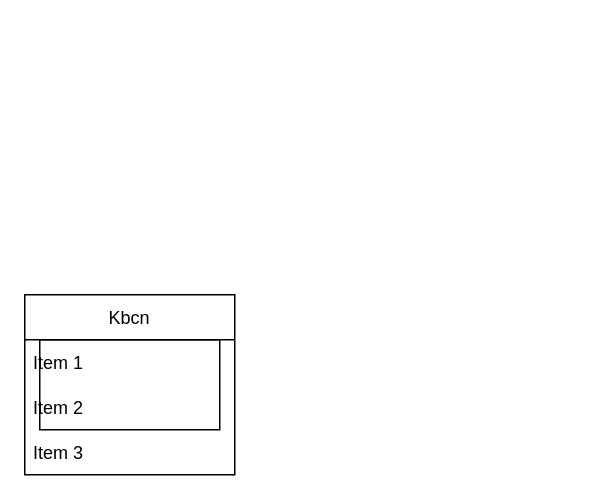
Before: Sourcing_procedure.drawio in ogancheban/aribadata, a draw.io diagram. Source tidied: cells renumbered, new cells numbered last; positions are measured from the earlier drawing's top-left corner, leaving out a move shared by most shapes. Both pictures are drawn from the tidied source at 150%, with x=0, y=0 at pixel (24, 294).
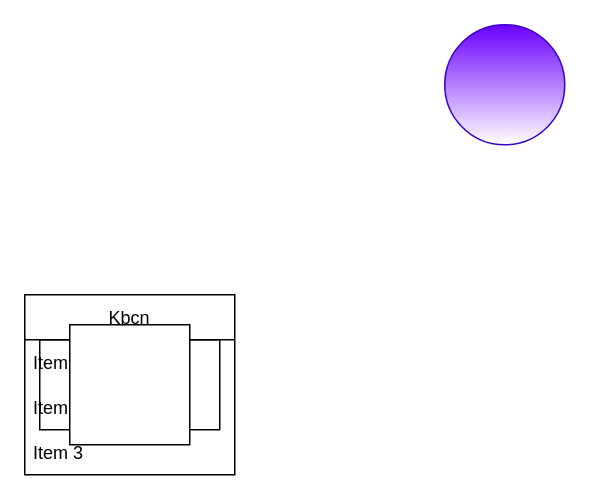
The same diagram, later.

The edit, as a diff of the source:
```diff
@@
 <mxGraphModel>
   <root>
     <mxCell id="0" />
     <mxCell id="1" parent="0" />
     <mxCell id="2" style="rounded=0;whiteSpace=wrap;html=1;" parent="1" vertex="1">
       <mxGeometry x="10" y="30" width="120" height="60" as="geometry" />
     </mxCell>
     <mxCell id="3" value="Kbcn" style="swimlane;fontStyle=0;horizontal=1;startSize=30;" parent="1" vertex="1">
       <mxGeometry width="140" height="120" as="geometry" />
     </mxCell>
     <mxCell id="4" value="Item 1" style="text;strokeColor=none;fillColor=none;align=left;verticalAlign=middle;spacingLeft=4;spacingRight=4;overflow=hidden;" parent="3" vertex="1">
       <mxGeometry y="30" width="140" height="30" as="geometry" />
     </mxCell>
     <mxCell id="5" value="Item 2" style="text;strokeColor=none;fillColor=none;align=left;verticalAlign=middle;spacingLeft=4;spacingRight=4;overflow=hidden;" parent="3" vertex="1">
       <mxGeometry y="60" width="140" height="30" as="geometry" />
     </mxCell>
     <mxCell id="6" value="Item 3" style="text;strokeColor=none;fillColor=none;align=left;verticalAlign=middle;spacingLeft=4;spacingRight=4;overflow=hidden;" parent="3" vertex="1">
       <mxGeometry y="90" width="140" height="30" as="geometry" />
     </mxCell>
+    <mxCell id="7" style="whiteSpace=wrap;html=1;" parent="1" vertex="1">
+      <mxGeometry x="30" y="20" width="80" height="80" as="geometry" />
+    </mxCell>
+    <mxCell id="8" style="ellipse;whiteSpace=wrap;html=1;fillColor=#6a00ff;fontColor=#ffffff;strokeColor=#3700CC;gradientColor=#ffffff;" parent="1" vertex="1">
+      <mxGeometry x="280" y="-180" width="80" height="80" as="geometry" />
+    </mxCell>
   </root>
 </mxGraphModel>
```
